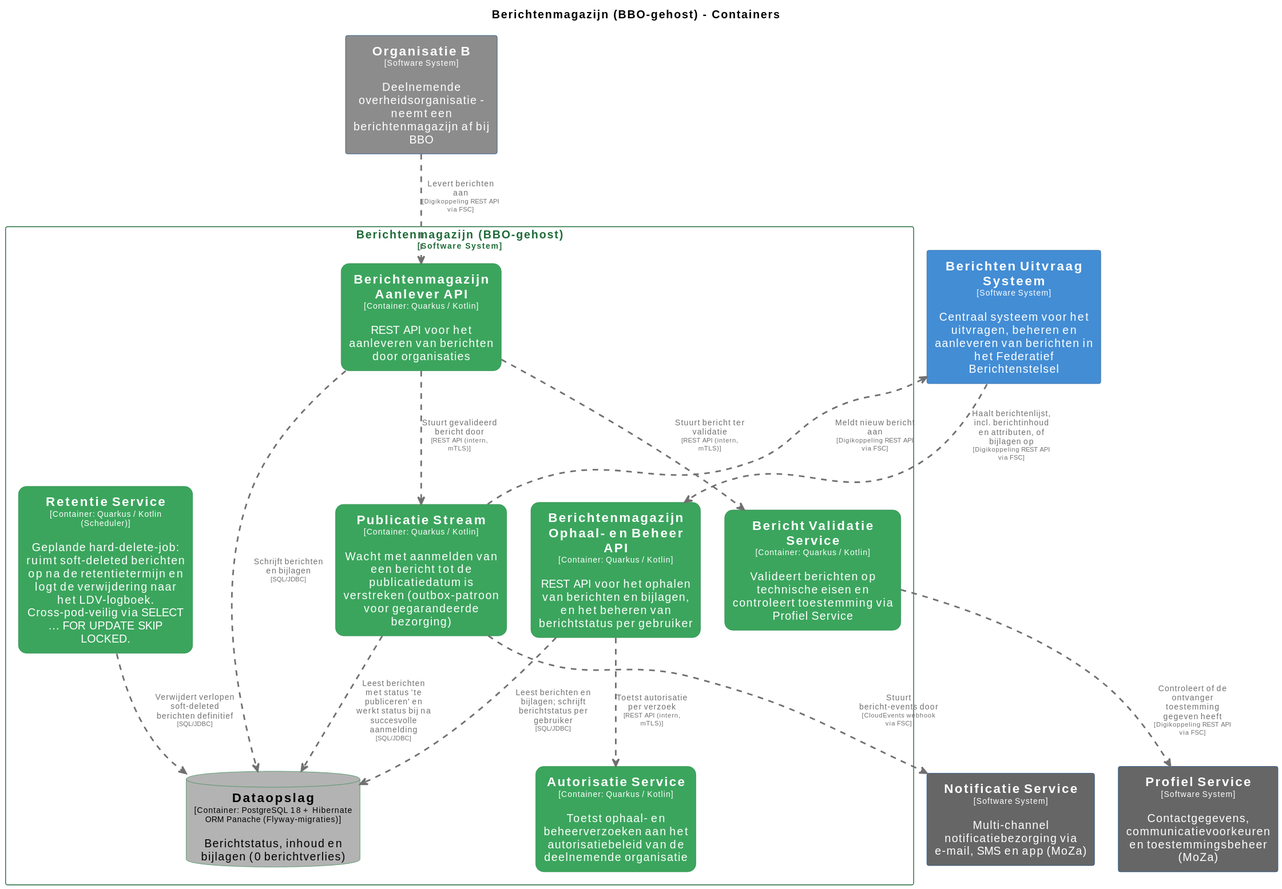
Before: master/svg/BerichtenmagazijnContainers.svg, a diagram exported from PlantUML (MinBZK/moza-poc-fbs-berichtenbox). Its source is kept beside it as master/puml/BerichtenmagazijnContainers.puml.
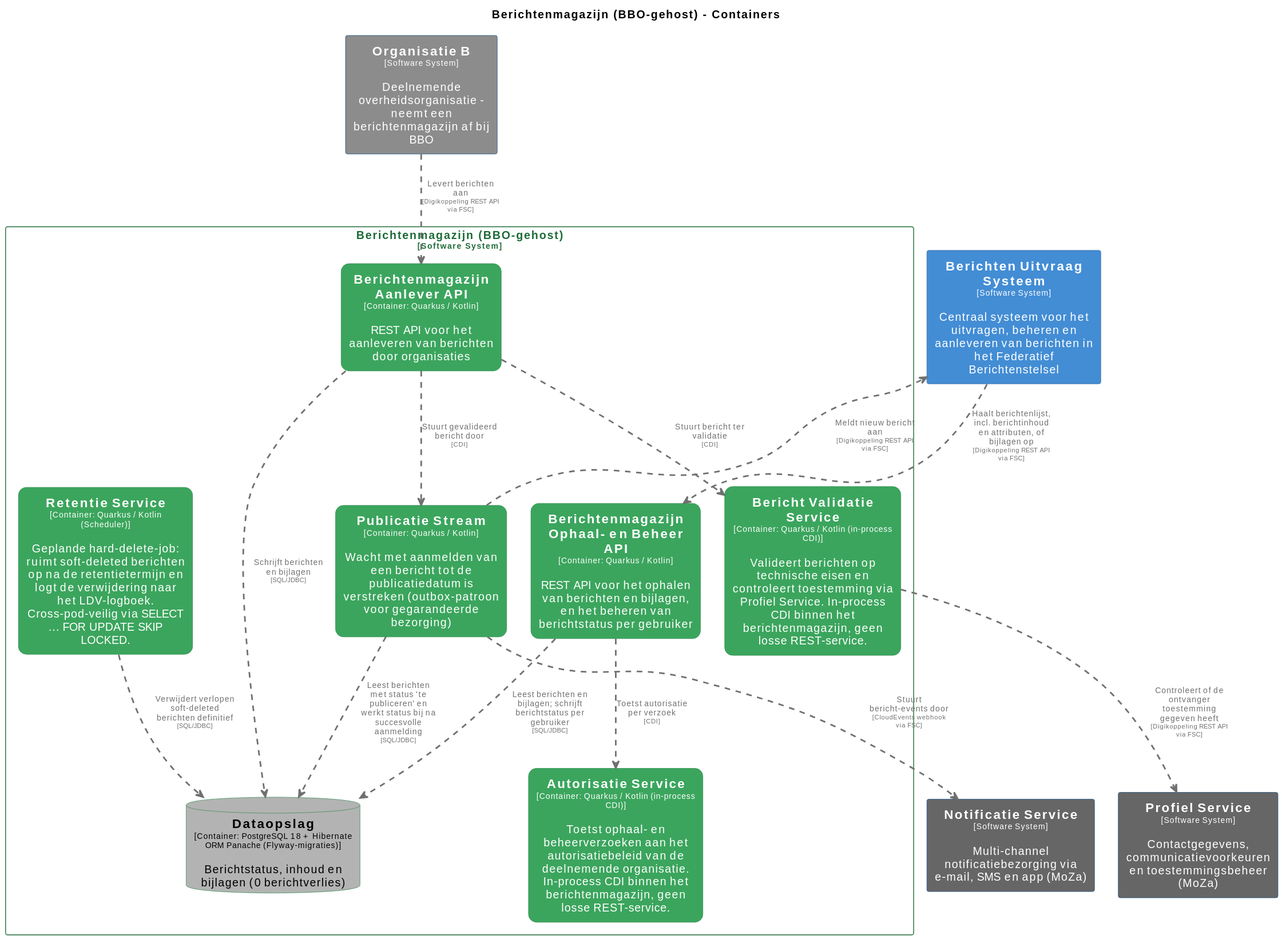
After the change.

Diff of the diagram source:
```diff
@@ -102,9 +102,9 @@
   rectangle "==Berichtenmagazijn Ophaal- en Beheer API\n<size:10>[Container: Quarkus / Kotlin]</size>\n\nREST API voor het ophalen van berichten en bijlagen, en het beheren van berichtstatus per gebruiker" <<BerichtenmagazijnBBOgehost.BerichtenmagazijnOphaalenBeheerAPI>> as BerichtenmagazijnBBOgehost.BerichtenmagazijnOphaalenBeheerAPI
   rectangle "==Berichtenmagazijn Aanlever API\n<size:10>[Container: Quarkus / Kotlin]</size>\n\nREST API voor het aanleveren van berichten door organisaties" <<BerichtenmagazijnBBOgehost.BerichtenmagazijnAanleverAPI>> as BerichtenmagazijnBBOgehost.BerichtenmagazijnAanleverAPI
   database "==Dataopslag\n<size:10>[Container: PostgreSQL 18 + Hibernate ORM Panache (Flyway-migraties)]</size>\n\nBerichtstatus, inhoud en bijlagen (0 berichtverlies)" <<BerichtenmagazijnBBOgehost.Dataopslag>> as BerichtenmagazijnBBOgehost.Dataopslag
-  rectangle "==Bericht Validatie Service\n<size:10>[Container: Quarkus / Kotlin]</size>\n\nValideert berichten op technische eisen en controleert toestemming via Profiel Service" <<BerichtenmagazijnBBOgehost.BerichtValidatieService>> as BerichtenmagazijnBBOgehost.BerichtValidatieService
+  rectangle "==Bericht Validatie Service\n<size:10>[Container: Quarkus / Kotlin (in-process CDI)]</size>\n\nValideert berichten op technische eisen en controleert toestemming via Profiel Service. In-process CDI binnen het berichtenmagazijn, geen losse REST-service." <<BerichtenmagazijnBBOgehost.BerichtValidatieService>> as BerichtenmagazijnBBOgehost.BerichtValidatieService
   rectangle "==Publicatie Stream\n<size:10>[Container: Quarkus / Kotlin]</size>\n\nWacht met aanmelden van een bericht tot de publicatiedatum is verstreken (outbox-patroon voor gegarandeerde bezorging)" <<BerichtenmagazijnBBOgehost.PublicatieStream>> as BerichtenmagazijnBBOgehost.PublicatieStream
-  rectangle "==Autorisatie Service\n<size:10>[Container: Quarkus / Kotlin]</size>\n\nToetst ophaal- en beheerverzoeken aan het autorisatiebeleid van de deelnemende organisatie" <<BerichtenmagazijnBBOgehost.AutorisatieService>> as BerichtenmagazijnBBOgehost.AutorisatieService
+  rectangle "==Autorisatie Service\n<size:10>[Container: Quarkus / Kotlin (in-process CDI)]</size>\n\nToetst ophaal- en beheerverzoeken aan het autorisatiebeleid van de deelnemende organisatie. In-process CDI binnen het berichtenmagazijn, geen losse REST-service." <<BerichtenmagazijnBBOgehost.AutorisatieService>> as BerichtenmagazijnBBOgehost.AutorisatieService
   rectangle "==Retentie Service\n<size:10>[Container: Quarkus / Kotlin (Scheduler)]</size>\n\nGeplande hard-delete-job: ruimt soft-deleted berichten op na de retentietermijn en logt de verwijdering naar het LDV-logboek. Cross-pod-veilig via SELECT ... FOR UPDATE SKIP LOCKED." <<BerichtenmagazijnBBOgehost.RetentieService>> as BerichtenmagazijnBBOgehost.RetentieService
 }
 
@@ -115,9 +115,9 @@
 BerichtenmagazijnBBOgehost.BerichtValidatieService .[#707070,thickness=2].> ProfielService : "<color:#707070>Controleert of de ontvanger toestemming gegeven heeft\n<color:#707070><size:8>[Digikoppeling REST API via FSC]</size>"
 BerichtenmagazijnBBOgehost.BerichtenmagazijnOphaalenBeheerAPI .[#707070,thickness=2].> BerichtenmagazijnBBOgehost.Dataopslag : "<color:#707070>Leest berichten en bijlagen; schrijft berichtstatus per gebruiker\n<color:#707070><size:8>[SQL/JDBC]</size>"
 BerichtenmagazijnBBOgehost.BerichtenmagazijnAanleverAPI .[#707070,thickness=2].> BerichtenmagazijnBBOgehost.Dataopslag : "<color:#707070>Schrijft berichten en bijlagen\n<color:#707070><size:8>[SQL/JDBC]</size>"
-BerichtenmagazijnBBOgehost.BerichtenmagazijnAanleverAPI .[#707070,thickness=2].> BerichtenmagazijnBBOgehost.BerichtValidatieService : "<color:#707070>Stuurt bericht ter validatie\n<color:#707070><size:8>[REST API (intern, mTLS)]</size>"
-BerichtenmagazijnBBOgehost.BerichtenmagazijnAanleverAPI .[#707070,thickness=2].> BerichtenmagazijnBBOgehost.PublicatieStream : "<color:#707070>Stuurt gevalideerd bericht door\n<color:#707070><size:8>[REST API (intern, mTLS)]</size>"
+BerichtenmagazijnBBOgehost.BerichtenmagazijnAanleverAPI .[#707070,thickness=2].> BerichtenmagazijnBBOgehost.BerichtValidatieService : "<color:#707070>Stuurt bericht ter validatie\n<color:#707070><size:8>[CDI]</size>"
+BerichtenmagazijnBBOgehost.BerichtenmagazijnAanleverAPI .[#707070,thickness=2].> BerichtenmagazijnBBOgehost.PublicatieStream : "<color:#707070>Stuurt gevalideerd bericht door\n<color:#707070><size:8>[CDI]</size>"
 BerichtenmagazijnBBOgehost.PublicatieStream .[#707070,thickness=2].> BerichtenmagazijnBBOgehost.Dataopslag : "<color:#707070>Leest berichten met status 'te publiceren' en werkt status bij na succesvolle aanmelding\n<color:#707070><size:8>[SQL/JDBC]</size>"
-BerichtenmagazijnBBOgehost.BerichtenmagazijnOphaalenBeheerAPI .[#707070,thickness=2].> BerichtenmagazijnBBOgehost.AutorisatieService : "<color:#707070>Toetst autorisatie per verzoek\n<color:#707070><size:8>[REST API (intern, mTLS)]</size>"
+BerichtenmagazijnBBOgehost.BerichtenmagazijnOphaalenBeheerAPI .[#707070,thickness=2].> BerichtenmagazijnBBOgehost.AutorisatieService : "<color:#707070>Toetst autorisatie per verzoek\n<color:#707070><size:8>[CDI]</size>"
 BerichtenmagazijnBBOgehost.RetentieService .[#707070,thickness=2].> BerichtenmagazijnBBOgehost.Dataopslag : "<color:#707070>Verwijdert verlopen soft-deleted berichten definitief\n<color:#707070><size:8>[SQL/JDBC]</size>"
 @enduml
```
